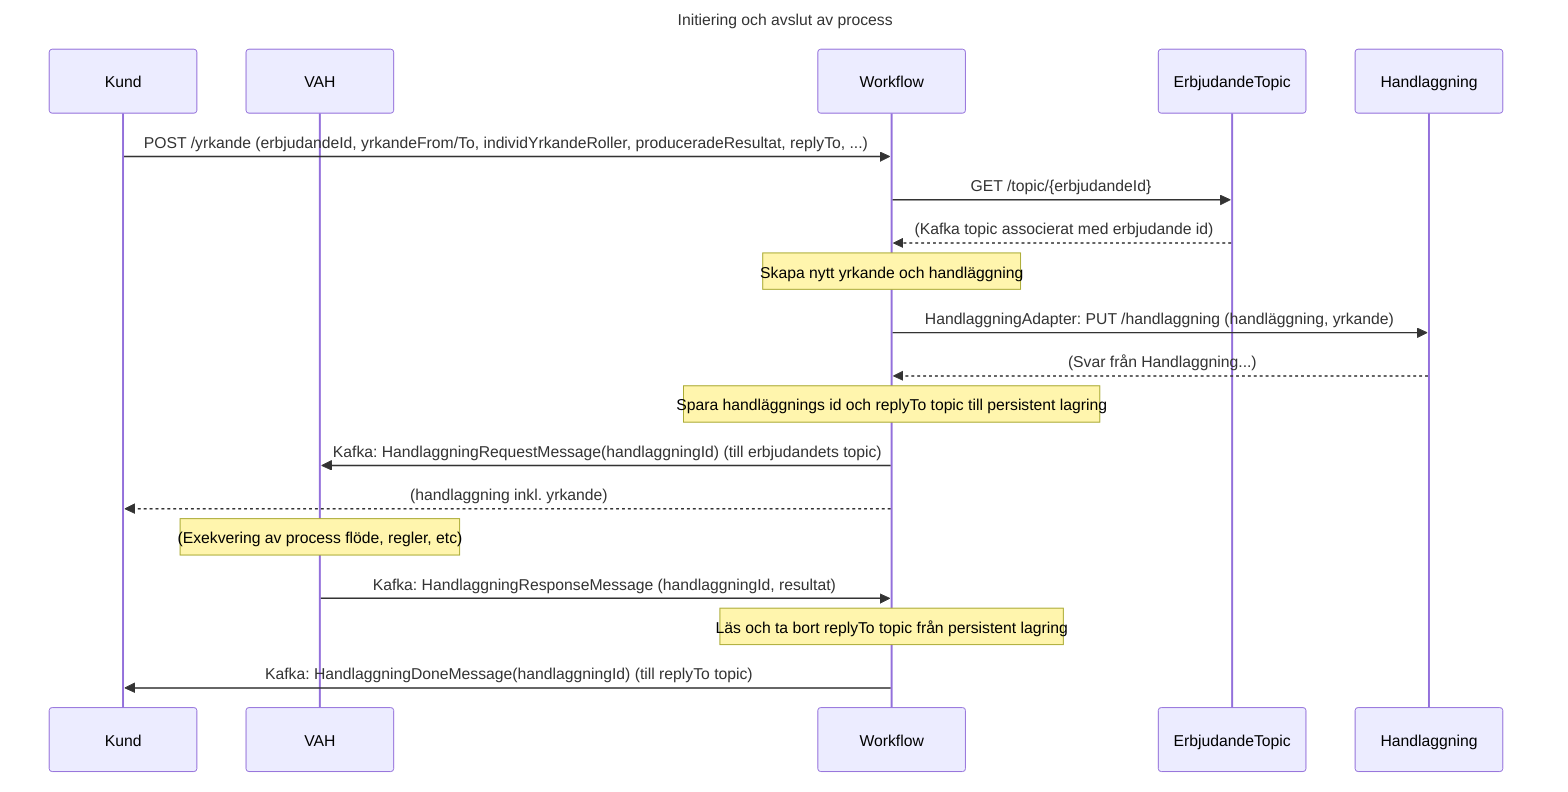
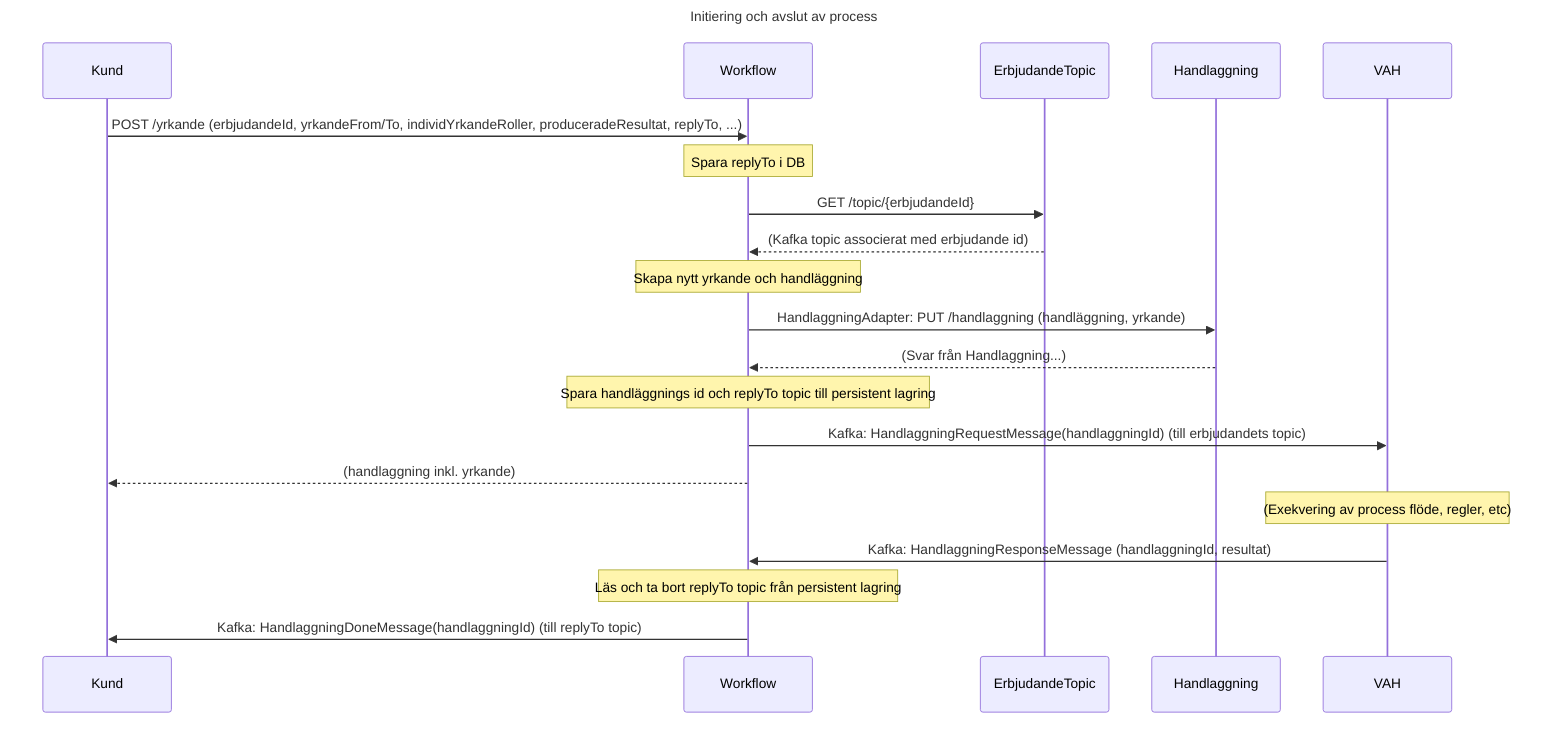
sequenceDiagram
    title Initiering och avslut av process
    participant Kund
-     participant VAH
    participant Workflow
    participant ErbjudandeTopic
    participant Handlaggning
-         Kund ->> Workflow: POST /yrkande (erbjudandeId, yrkandeFrom/To, individYrkandeRoller, produceradeResultat, replyTo, ...)
-         Workflow ->> ErbjudandeTopic: GET /topic/{erbjudandeId}
-         ErbjudandeTopic -->> Workflow: (Kafka topic associerat med erbjudande id)
-         note over Workflow: Skapa nytt yrkande och handläggning
-         Workflow ->> Handlaggning: HandlaggningAdapter: PUT /handlaggning (handläggning, yrkande)
-         Handlaggning -->> Workflow: (Svar från Handlaggning...)
-         note over Workflow: Spara handläggnings id och replyTo topic till persistent lagring
-         Workflow ->> VAH: Kafka: HandlaggningRequestMessage(handlaggningId) (till erbjudandets topic)
-         Workflow -->> Kund: (handlaggning inkl. yrkande)
-         note over VAH: (Exekvering av process flöde, regler, etc)
-         VAH ->> Workflow: Kafka: HandlaggningResponseMessage (handlaggningId, resultat)
-         note over Workflow: Läs och ta bort replyTo topic från persistent lagring
-         Workflow ->> Kund: Kafka: HandlaggningDoneMessage(handlaggningId) (till replyTo topic)
+     participant VAH
+     Kund ->> Workflow: POST /yrkande (erbjudandeId, yrkandeFrom/To, individYrkandeRoller, produceradeResultat, replyTo, ...)
+     note over Workflow: Spara replyTo i DB
+     Workflow ->> ErbjudandeTopic: GET /topic/{erbjudandeId}
+     ErbjudandeTopic -->> Workflow: (Kafka topic associerat med erbjudande id)
+     note over Workflow: Skapa nytt yrkande och handläggning
+     Workflow ->> Handlaggning: HandlaggningAdapter: PUT /handlaggning (handläggning, yrkande)
+     Handlaggning -->> Workflow: (Svar från Handlaggning...)
+     note over Workflow: Spara handläggnings id och replyTo topic till persistent lagring
+     Workflow ->> VAH: Kafka: HandlaggningRequestMessage(handlaggningId) (till erbjudandets topic)
+     Workflow -->> Kund: (handlaggning inkl. yrkande)
+     note over VAH: (Exekvering av process flöde, regler, etc)
+     VAH ->> Workflow: Kafka: HandlaggningResponseMessage (handlaggningId, resultat)
+     note over Workflow: Läs och ta bort replyTo topic från persistent lagring
+     Workflow ->> Kund: Kafka: HandlaggningDoneMessage(handlaggningId) (till replyTo topic)
